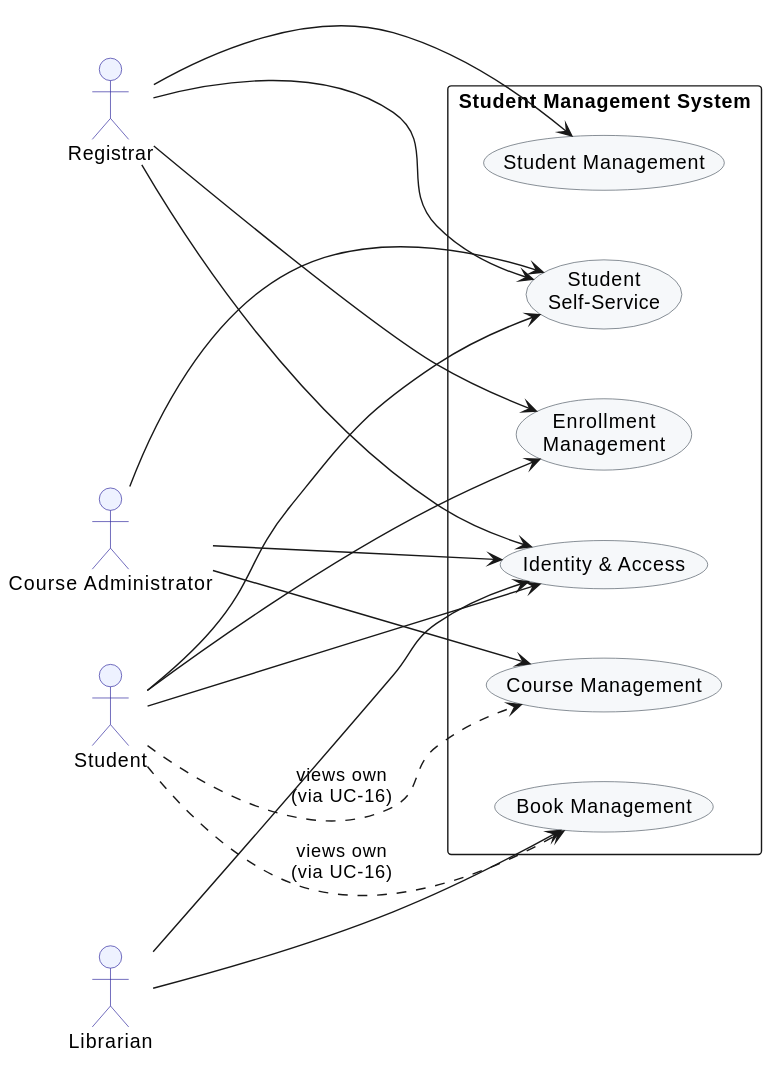
This is docs/BA-docs/use-case-diagram-assets/01-overview.svg from phuchoang2005/Student-Management-System, a PlantUML export, as it was before one commit.
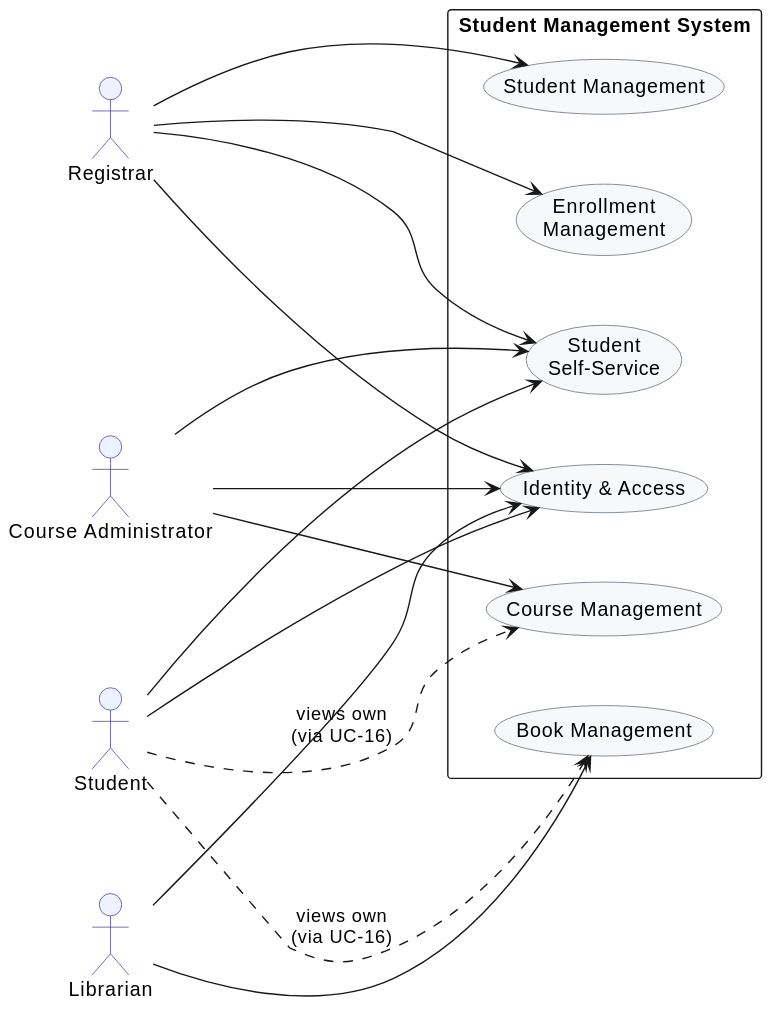
Later version of the same file.

What changed in the source:
```diff
@@ -36,7 +36,6 @@
 CourseAdmin --> G6
 CourseAdmin --> G5
 
-Student --> G4
 Student --> G6
 Student --> G5
 Student ..> G2 : views own\n(via UC-16)
```
